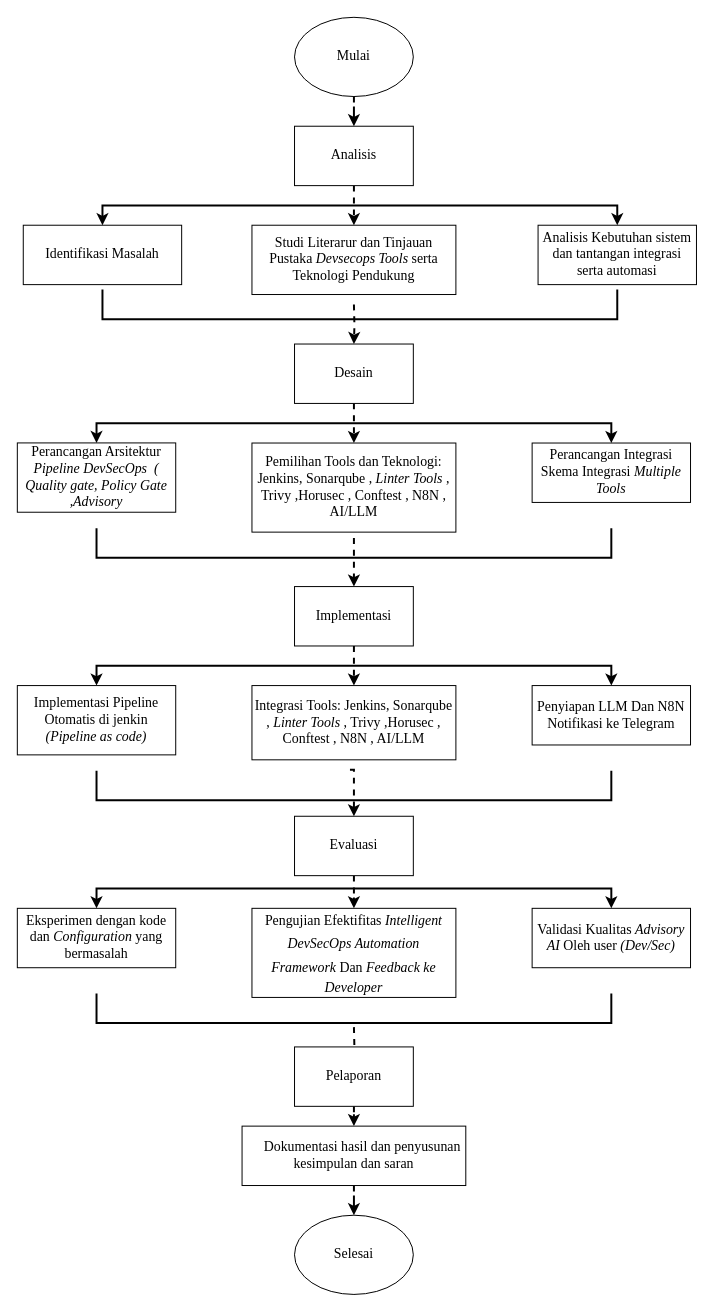
Above: docs/architecture/Perancangan_Penelitian.drawio in Rhisko/intelligent-devsecops-framework (draw.io), before the change. Source tidied: cells renumbered, new cells numbered last; positions are measured from the earlier drawing's top-left corner, leaving out a move shared by most shapes. Both pictures are drawn from the tidied source at 99%, with x=0, y=0 at pixel (17, 17).
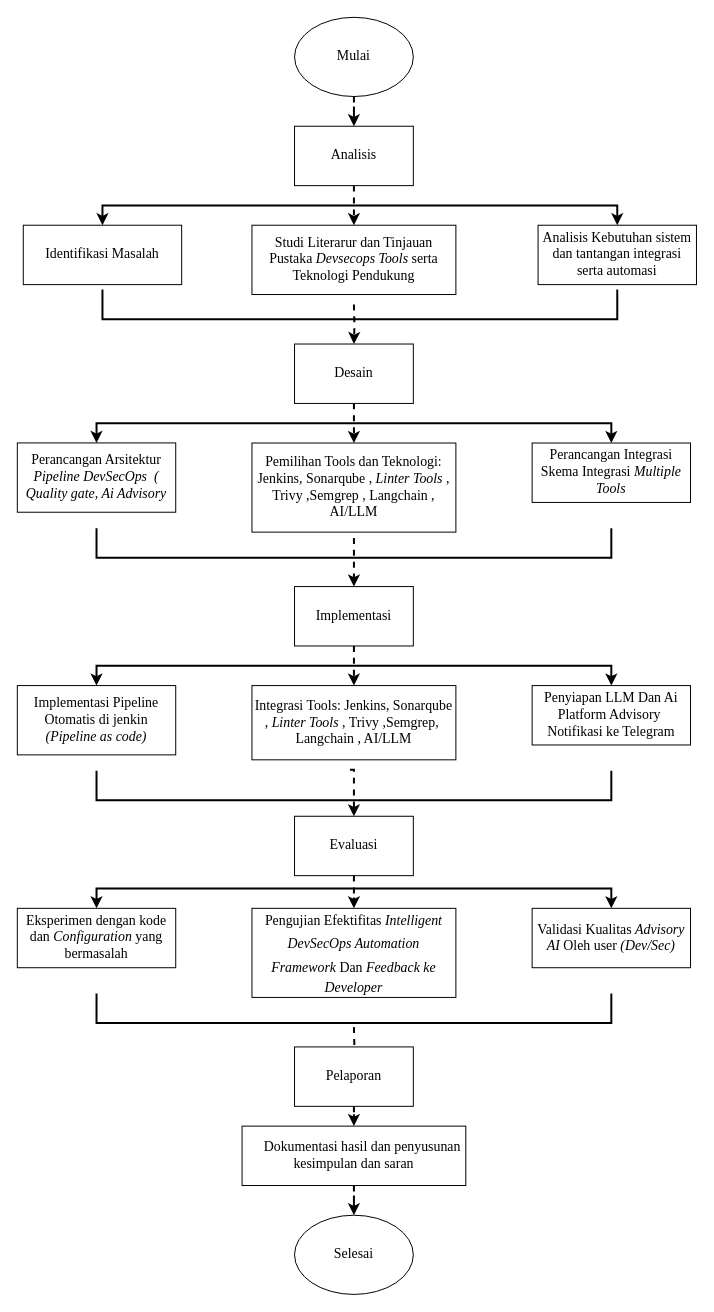
After the change.

Diff of the diagram source:
```diff
@@
-    <mxCell id="28" value="Pemilihan Tools dan Teknologi: Jenkins, Sonarqube , &lt;i&gt;Linter Tools&lt;/i&gt; , Trivy ,Horusec , Conftest , N8N , AI/LLM" style="rounded=0;whiteSpace=wrap;html=1;fontFamily=Times New Roman;fontSize=14;" parent="1" vertex="1">
+    <mxCell id="28" value="Pemilihan Tools dan Teknologi: Jenkins, Sonarqube , &lt;i&gt;Linter Tools&lt;/i&gt; , Trivy ,Semgrep , Langchain , AI/LLM" style="rounded=0;whiteSpace=wrap;html=1;fontFamily=Times New Roman;fontSize=14;" parent="1" vertex="1">
       <mxGeometry x="237" y="430" width="206" height="90" as="geometry" />
     </mxCell>
@@
-    <mxCell id="30" value="Perancangan Arsitektur &lt;i&gt;Pipeline DevSecOps&amp;nbsp; ( Quality gate, Policy Gate ,Advisory&lt;/i&gt;" style="rounded=0;whiteSpace=wrap;html=1;fontFamily=Times New Roman;fontSize=14;" parent="1" vertex="1">
+    <mxCell id="30" value="Perancangan Arsitektur &lt;i&gt;Pipeline DevSecOps&amp;nbsp; ( Quality gate, Ai Advisory&lt;/i&gt;" style="rounded=0;whiteSpace=wrap;html=1;fontFamily=Times New Roman;fontSize=14;" parent="1" vertex="1">
       <mxGeometry y="429.9" width="160" height="70" as="geometry" />
     </mxCell>
@@
-    <mxCell id="36" value="Integrasi Tools: Jenkins, Sonarqube , &lt;i&gt;Linter Tools&lt;/i&gt; , Trivy ,Horusec , Conftest , N8N , AI/LLM" style="rounded=0;whiteSpace=wrap;html=1;fontFamily=Times New Roman;fontSize=14;" parent="1" vertex="1">
+    <mxCell id="36" value="Integrasi Tools: Jenkins, Sonarqube , &lt;i&gt;Linter Tools&lt;/i&gt; , Trivy ,Semgrep,&amp;nbsp; Langchain , AI/LLM" style="rounded=0;whiteSpace=wrap;html=1;fontFamily=Times New Roman;fontSize=14;" parent="1" vertex="1">
       <mxGeometry x="237" y="675" width="206" height="75" as="geometry" />
     </mxCell>
@@
-    <mxCell id="39" value="Penyiapan LLM Dan N8N Notifikasi ke Telegram" style="rounded=0;whiteSpace=wrap;html=1;fontFamily=Times New Roman;fontSize=14;" parent="1" vertex="1">
+    <mxCell id="39" value="Penyiapan LLM Dan Ai Platform Advisory&amp;nbsp; Notifikasi ke Telegram" style="rounded=0;whiteSpace=wrap;html=1;fontFamily=Times New Roman;fontSize=14;" parent="1" vertex="1">
       <mxGeometry x="520" y="675" width="160" height="60" as="geometry" />
     </mxCell>
```
